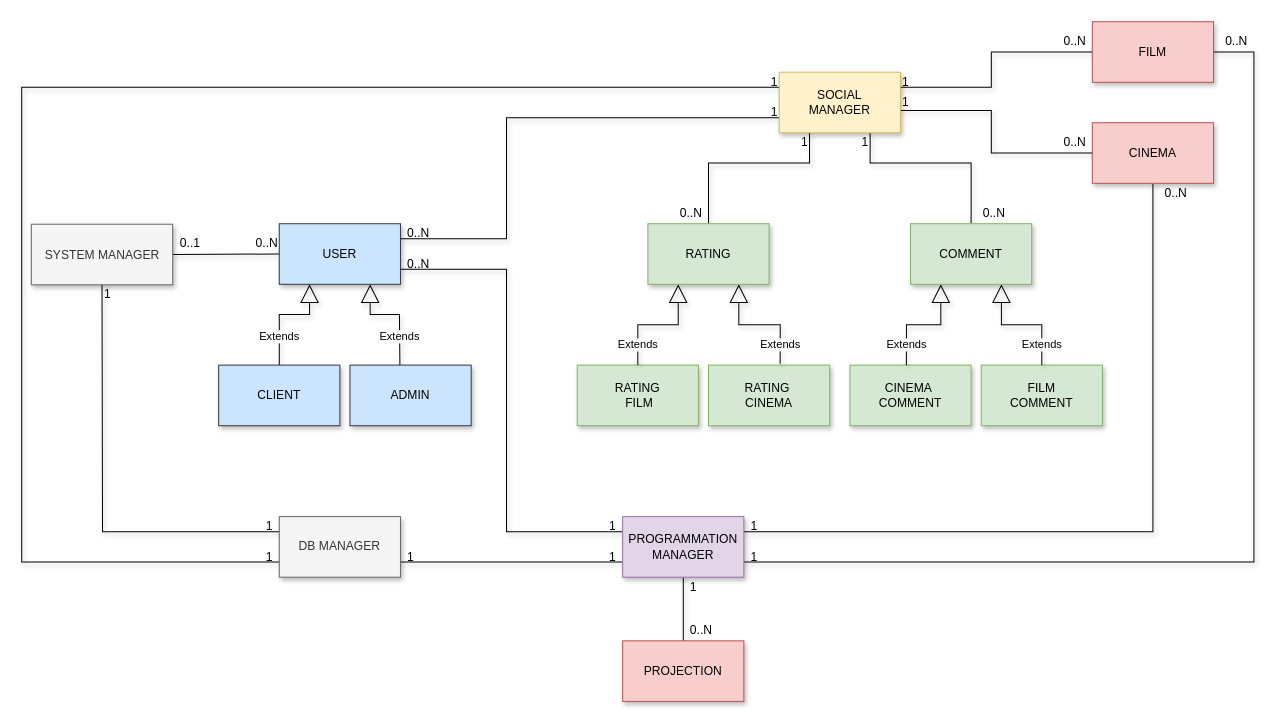
Above: Task1/Class diagram.drawio in unipi-fr/LargeScaleMultiStructureDatabases (draw.io), before the change. Source tidied: cells renumbered, new cells numbered last; positions are measured from the earlier drawing's top-left corner, leaving out a move shared by most shapes. Both pictures are drawn from the tidied source at 101%, with x=0, y=0 at pixel (21, 21).
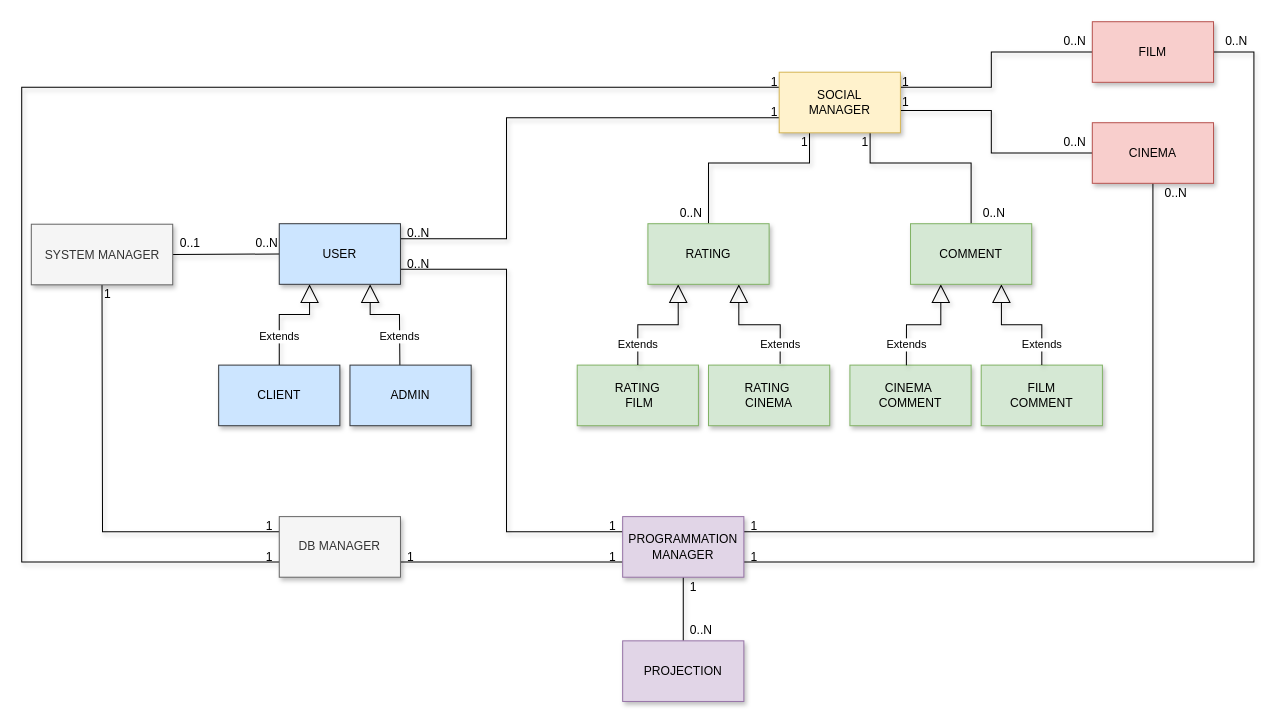
Above is the later version.

Commit message (it also covers changes not shown here):
Aggiunta diagramma ER

Diff of the diagram source:
```diff
@@
-    <mxCell id="51" value="PROJECTION" style="rounded=0;whiteSpace=wrap;html=1;fillColor=#f8cecc;strokeColor=#b85450;shadow=1;" parent="1" vertex="1">
+    <mxCell id="51" value="PROJECTION" style="rounded=0;whiteSpace=wrap;html=1;fillColor=#e1d5e7;strokeColor=#9673a6;shadow=1;" parent="1" vertex="1">
       <mxGeometry x="595" y="613" width="120" height="60" as="geometry" />
     </mxCell>
```
